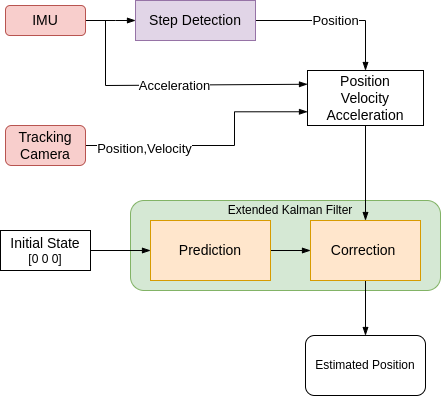
dossmann2/Conf-on-SensorandAppl23 keeps this draw.io diagram as Presentation/schema1.png. Above is the earlier version. Source tidied: cells renumbered, new cells last; positions are measured from the earlier drawing's top-left corner, leaving out a move shared by most shapes. Its diagram source:
```xml
<mxGraphModel>
  <root>
    <mxCell id="0" />
    <mxCell id="1" parent="0" />
    <mxCell id="2" style="rounded=1;whiteSpace=wrap;html=1;fillColor=#d5e8d4;strokeColor=#82b366;" parent="1" vertex="1">
      <mxGeometry x="130" y="200" width="310" height="90" as="geometry" />
    </mxCell>
    <mxCell id="3" style="edgeStyle=orthogonalEdgeStyle;rounded=0;jettySize=auto;html=1;entryX=0;entryY=0.5;entryDx=0;entryDy=0;endArrow=blockThin;endFill=1;" parent="1" edge="1" source="4" target="13">
      <mxGeometry relative="1" as="geometry">
        <Array as="points">
          <mxPoint x="115" y="20" />
          <mxPoint x="115" y="20" />
        </Array>
      </mxGeometry>
    </mxCell>
    <mxCell id="4" value="&lt;font style=&quot;font-size: 14px;&quot;&gt;IMU&lt;/font&gt;" style="rounded=1;whiteSpace=wrap;html=1;fillColor=#f8cecc;strokeColor=#b85450;" parent="1" vertex="1">
      <mxGeometry x="5" y="5" width="80" height="30" as="geometry" />
    </mxCell>
    <mxCell id="5" style="edgeStyle=orthogonalEdgeStyle;rounded=0;jettySize=auto;html=1;endArrow=blockThin;endFill=1;" parent="1" edge="1" source="6" target="11">
      <mxGeometry relative="1" as="geometry" />
    </mxCell>
    <mxCell id="6" value="&lt;font style=&quot;font-size: 14px;&quot;&gt;Prediction&lt;/font&gt;" style="rounded=0;whiteSpace=wrap;html=1;fillColor=#ffe6cc;strokeColor=#d79b00;" parent="1" vertex="1">
      <mxGeometry x="150" y="220" width="120" height="60" as="geometry" />
    </mxCell>
    <mxCell id="7" style="edgeStyle=orthogonalEdgeStyle;rounded=0;jettySize=auto;html=1;entryX=0;entryY=0.75;entryDx=0;entryDy=0;endArrow=blockThin;endFill=1;" parent="1" edge="1" source="9" target="15">
      <mxGeometry relative="1" as="geometry">
        <Array as="points">
          <mxPoint x="234" y="145" />
          <mxPoint x="234" y="111" />
        </Array>
      </mxGeometry>
    </mxCell>
    <mxCell id="8" value="&lt;font style=&quot;font-size: 13px;&quot;&gt;Position,Velocity&lt;/font&gt;" style="edgeLabel;html=1;align=center;verticalAlign=middle;" parent="7" vertex="1">
      <mxGeometry x="-0.55" y="-2" relative="1" as="geometry" />
    </mxCell>
    <mxCell id="9" value="&lt;font style=&quot;font-size: 14px;&quot;&gt;Tracking Camera&lt;/font&gt;" style="rounded=1;whiteSpace=wrap;html=1;fillColor=#f8cecc;strokeColor=#b85450;" parent="1" vertex="1">
      <mxGeometry x="5" y="125" width="80" height="40" as="geometry" />
    </mxCell>
    <mxCell id="10" style="edgeStyle=orthogonalEdgeStyle;rounded=0;jettySize=auto;html=1;endArrow=blockThin;endFill=1;" parent="1" edge="1" source="11" target="20">
      <mxGeometry relative="1" as="geometry" />
    </mxCell>
    <mxCell id="11" value="&lt;font style=&quot;font-size: 14px;&quot;&gt;Correction&amp;nbsp;&lt;/font&gt;" style="rounded=0;whiteSpace=wrap;html=1;fillColor=#ffe6cc;strokeColor=#d79b00;" parent="1" vertex="1">
      <mxGeometry x="310" y="220" width="110" height="60" as="geometry" />
    </mxCell>
    <mxCell id="12" value="&lt;font style=&quot;font-size: 13px;&quot;&gt;Position&lt;/font&gt;" style="edgeStyle=orthogonalEdgeStyle;rounded=0;jettySize=auto;html=1;entryX=0.5;entryY=0;entryDx=0;entryDy=0;endArrow=blockThin;endFill=1;" parent="1" edge="1" source="13" target="15">
      <mxGeometry relative="1" as="geometry" />
    </mxCell>
    <mxCell id="13" value="&lt;font style=&quot;font-size: 14px;&quot;&gt;Step Detection&lt;/font&gt;" style="rounded=0;whiteSpace=wrap;html=1;fillColor=#e1d5e7;strokeColor=#9673a6;" parent="1" vertex="1">
      <mxGeometry x="135" width="120" height="40" as="geometry" />
    </mxCell>
    <mxCell id="14" style="edgeStyle=orthogonalEdgeStyle;rounded=0;jettySize=auto;html=1;endArrow=blockThin;endFill=1;" parent="1" edge="1" source="15" target="11">
      <mxGeometry relative="1" as="geometry" />
    </mxCell>
    <mxCell id="15" value="&lt;font style=&quot;font-size: 14px;&quot;&gt;Position&lt;br&gt;Velocity&lt;br&gt;Acceleration&lt;/font&gt;" style="rounded=0;whiteSpace=wrap;html=1;" parent="1" vertex="1">
      <mxGeometry x="307" y="70" width="116" height="55" as="geometry" />
    </mxCell>
    <mxCell id="16" style="edgeStyle=orthogonalEdgeStyle;rounded=0;jettySize=auto;html=1;entryX=0;entryY=0.5;entryDx=0;entryDy=0;endArrow=blockThin;endFill=1;" parent="1" edge="1" source="17" target="6">
      <mxGeometry relative="1" as="geometry" />
    </mxCell>
    <mxCell id="17" value="&lt;font style=&quot;font-size: 14px;&quot;&gt;Initial State&lt;br&gt;&lt;/font&gt;[0 0 0]" style="rounded=0;whiteSpace=wrap;html=1;" parent="1" vertex="1">
      <mxGeometry y="230" width="90" height="40" as="geometry" />
    </mxCell>
    <mxCell id="18" value="Extended Kalman Filter" style="text;html=1;strokeColor=none;fillColor=none;align=center;verticalAlign=middle;whiteSpace=wrap;rounded=0;" parent="1" vertex="1">
      <mxGeometry x="220" y="195" width="140" height="30" as="geometry" />
    </mxCell>
    <mxCell id="19" value="&lt;font style=&quot;font-size: 13px;&quot;&gt;Acceleration&lt;/font&gt;" style="endArrow=blockThin;html=1;rounded=0;entryX=0;entryY=0.25;entryDx=0;entryDy=0;endFill=1;" parent="1" edge="1" target="15">
      <mxGeometry relative="1" as="geometry">
        <mxPoint x="105" y="20" as="sourcePoint" />
        <Array as="points">
          <mxPoint x="105" y="85" />
        </Array>
      </mxGeometry>
    </mxCell>
    <mxCell id="20" value="Estimated Position" style="rounded=1;whiteSpace=wrap;html=1;" parent="1" vertex="1">
      <mxGeometry x="305" y="335" width="120" height="60" as="geometry" />
    </mxCell>
  </root>
</mxGraphModel>
```
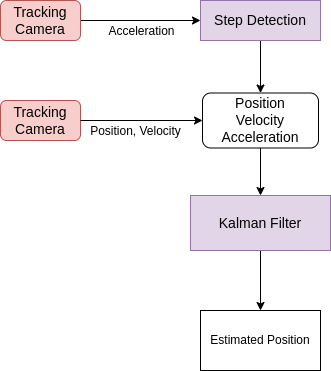
Above is the later version.

Commit message:
Changed Flow Diagram for Sensor-data fusion

Change to the diagram source:
```diff
@@ -2,77 +2,50 @@
   <root>
     <mxCell id="0" />
     <mxCell id="1" parent="0" />
-    <mxCell id="2" style="rounded=1;whiteSpace=wrap;html=1;fillColor=#d5e8d4;strokeColor=#82b366;" parent="1" vertex="1">
-      <mxGeometry x="130" y="200" width="310" height="90" as="geometry" />
-    </mxCell>
-    <mxCell id="3" style="edgeStyle=orthogonalEdgeStyle;rounded=0;jettySize=auto;html=1;entryX=0;entryY=0.5;entryDx=0;entryDy=0;endArrow=blockThin;endFill=1;" parent="1" edge="1" source="4" target="13">
-      <mxGeometry relative="1" as="geometry">
-        <Array as="points">
-          <mxPoint x="115" y="20" />
-          <mxPoint x="115" y="20" />
-        </Array>
-      </mxGeometry>
-    </mxCell>
-    <mxCell id="4" value="&lt;font style=&quot;font-size: 14px;&quot;&gt;IMU&lt;/font&gt;" style="rounded=1;whiteSpace=wrap;html=1;fillColor=#f8cecc;strokeColor=#b85450;" parent="1" vertex="1">
-      <mxGeometry x="5" y="5" width="80" height="30" as="geometry" />
-    </mxCell>
-    <mxCell id="5" style="edgeStyle=orthogonalEdgeStyle;rounded=0;jettySize=auto;html=1;endArrow=blockThin;endFill=1;" parent="1" edge="1" source="6" target="11">
-      <mxGeometry relative="1" as="geometry" />
-    </mxCell>
-    <mxCell id="6" value="&lt;font style=&quot;font-size: 14px;&quot;&gt;Prediction&lt;/font&gt;" style="rounded=0;whiteSpace=wrap;html=1;fillColor=#ffe6cc;strokeColor=#d79b00;" parent="1" vertex="1">
-      <mxGeometry x="150" y="220" width="120" height="60" as="geometry" />
-    </mxCell>
-    <mxCell id="7" style="edgeStyle=orthogonalEdgeStyle;rounded=0;jettySize=auto;html=1;entryX=0;entryY=0.75;entryDx=0;entryDy=0;endArrow=blockThin;endFill=1;" parent="1" edge="1" source="9" target="15">
-      <mxGeometry relative="1" as="geometry">
-        <Array as="points">
-          <mxPoint x="234" y="145" />
-          <mxPoint x="234" y="111" />
-        </Array>
-      </mxGeometry>
-    </mxCell>
-    <mxCell id="8" value="&lt;font style=&quot;font-size: 13px;&quot;&gt;Position,Velocity&lt;/font&gt;" style="edgeLabel;html=1;align=center;verticalAlign=middle;" parent="7" vertex="1">
-      <mxGeometry x="-0.55" y="-2" relative="1" as="geometry" />
-    </mxCell>
     <mxCell id="9" value="&lt;font style=&quot;font-size: 14px;&quot;&gt;Tracking Camera&lt;/font&gt;" style="rounded=1;whiteSpace=wrap;html=1;fillColor=#f8cecc;strokeColor=#b85450;" parent="1" vertex="1">
-      <mxGeometry x="5" y="125" width="80" height="40" as="geometry" />
+      <mxGeometry x="85" y="125" width="80" height="40" as="geometry" />
     </mxCell>
-    <mxCell id="10" style="edgeStyle=orthogonalEdgeStyle;rounded=0;jettySize=auto;html=1;endArrow=blockThin;endFill=1;" parent="1" edge="1" source="11" target="20">
-      <mxGeometry relative="1" as="geometry" />
-    </mxCell>
-    <mxCell id="11" value="&lt;font style=&quot;font-size: 14px;&quot;&gt;Correction&amp;nbsp;&lt;/font&gt;" style="rounded=0;whiteSpace=wrap;html=1;fillColor=#ffe6cc;strokeColor=#d79b00;" parent="1" vertex="1">
-      <mxGeometry x="310" y="220" width="110" height="60" as="geometry" />
-    </mxCell>
-    <mxCell id="12" value="&lt;font style=&quot;font-size: 13px;&quot;&gt;Position&lt;/font&gt;" style="edgeStyle=orthogonalEdgeStyle;rounded=0;jettySize=auto;html=1;entryX=0.5;entryY=0;entryDx=0;entryDy=0;endArrow=blockThin;endFill=1;" parent="1" edge="1" source="13" target="15">
+    <mxCell id="12" style="edgeStyle=orthogonalEdgeStyle;rounded=0;jettySize=auto;html=1;" parent="1" edge="1" source="13" target="15">
       <mxGeometry relative="1" as="geometry" />
     </mxCell>
     <mxCell id="13" value="&lt;font style=&quot;font-size: 14px;&quot;&gt;Step Detection&lt;/font&gt;" style="rounded=0;whiteSpace=wrap;html=1;fillColor=#e1d5e7;strokeColor=#9673a6;" parent="1" vertex="1">
-      <mxGeometry x="135" width="120" height="40" as="geometry" />
+      <mxGeometry x="285" y="25" width="120" height="40" as="geometry" />
     </mxCell>
-    <mxCell id="14" style="edgeStyle=orthogonalEdgeStyle;rounded=0;jettySize=auto;html=1;endArrow=blockThin;endFill=1;" parent="1" edge="1" source="15" target="11">
-      <mxGeometry relative="1" as="geometry" />
-    </mxCell>
+    <mxCell id="21" style="edgeStyle=orthogonalEdgeStyle;rounded=0;jettySize=auto;html=1;" parent="1" edge="1" source="15" target="23">
+      <mxGeometry relative="1" as="geometry" />
+    </mxCell>
-    <mxCell id="15" value="&lt;font style=&quot;font-size: 14px;&quot;&gt;Position&lt;br&gt;Velocity&lt;br&gt;Acceleration&lt;/font&gt;" style="rounded=0;whiteSpace=wrap;html=1;" parent="1" vertex="1">
-      <mxGeometry x="307" y="70" width="116" height="55" as="geometry" />
+    <mxCell id="15" value="&lt;font style=&quot;font-size: 14px;&quot;&gt;Position&lt;br&gt;Velocity&lt;br&gt;Acceleration&lt;/font&gt;" style="rounded=1;whiteSpace=wrap;html=1;" parent="1" vertex="1">
+      <mxGeometry x="287" y="117.5" width="116" height="55" as="geometry" />
     </mxCell>
-    <mxCell id="16" style="edgeStyle=orthogonalEdgeStyle;rounded=0;jettySize=auto;html=1;entryX=0;entryY=0.5;entryDx=0;entryDy=0;endArrow=blockThin;endFill=1;" parent="1" edge="1" source="17" target="6">
-      <mxGeometry relative="1" as="geometry" />
-    </mxCell>
-    <mxCell id="17" value="&lt;font style=&quot;font-size: 14px;&quot;&gt;Initial State&lt;br&gt;&lt;/font&gt;[0 0 0]" style="rounded=0;whiteSpace=wrap;html=1;" parent="1" vertex="1">
-      <mxGeometry y="230" width="90" height="40" as="geometry" />
-    </mxCell>
-    <mxCell id="18" value="Extended Kalman Filter" style="text;html=1;strokeColor=none;fillColor=none;align=center;verticalAlign=middle;whiteSpace=wrap;rounded=0;" parent="1" vertex="1">
-      <mxGeometry x="220" y="195" width="140" height="30" as="geometry" />
-    </mxCell>
+    <mxCell id="20" value="Estimated Position" style="rounded=0;whiteSpace=wrap;html=1;" parent="1" vertex="1">
+      <mxGeometry x="285" y="335" width="120" height="60" as="geometry" />
+    </mxCell>
+    <mxCell id="22" style="edgeStyle=orthogonalEdgeStyle;rounded=0;jettySize=auto;html=1;" parent="1" edge="1" source="23" target="20">
+      <mxGeometry relative="1" as="geometry" />
+    </mxCell>
+    <mxCell id="23" value="&lt;font style=&quot;font-size: 14px;&quot;&gt;Kalman Filter&lt;/font&gt;" style="rounded=0;whiteSpace=wrap;html=1;fillColor=#e1d5e7;strokeColor=#9673a6;" parent="1" vertex="1">
+      <mxGeometry x="275" y="220" width="140" height="55" as="geometry" />
+    </mxCell>
+    <mxCell id="7" style="endArrow=classic;html=1;rounded=0;exitX=1;exitY=0.5;exitDx=0;exitDy=0;entryX=0;entryY=0.5;entryDx=0;entryDy=0;" parent="1" edge="1" source="9" target="15">
+      <mxGeometry relative="1" as="geometry" />
+    </mxCell>
+    <mxCell id="24" value="&lt;font style=&quot;font-size: 12px;&quot;&gt;Position, Velocity&lt;/font&gt;" style="edgeLabel;html=1;align=center;verticalAlign=middle;" parent="7" vertex="1">
+      <mxGeometry x="-0.11" relative="1" as="geometry">
+        <mxPoint y="10" as="offset" />
+      </mxGeometry>
+    </mxCell>
+    <mxCell id="25" style="endArrow=classic;html=1;rounded=0;exitX=1;exitY=0.5;exitDx=0;exitDy=0;entryX=0;entryY=0.5;entryDx=0;entryDy=0;" parent="1" edge="1" target="13">
+      <mxGeometry relative="1" as="geometry">
+        <mxPoint x="165" y="45" as="sourcePoint" />
+      </mxGeometry>
+    </mxCell>
-    <mxCell id="19" value="&lt;font style=&quot;font-size: 13px;&quot;&gt;Acceleration&lt;/font&gt;" style="endArrow=blockThin;html=1;rounded=0;entryX=0;entryY=0.25;entryDx=0;entryDy=0;endFill=1;" parent="1" edge="1" target="15">
-      <mxGeometry relative="1" as="geometry">
-        <mxPoint x="105" y="20" as="sourcePoint" />
-        <Array as="points">
-          <mxPoint x="105" y="85" />
-        </Array>
+    <mxCell id="19" value="&lt;font style=&quot;font-size: 12px;&quot;&gt;Acceleration&lt;/font&gt;" style="edgeLabel;html=1;align=center;verticalAlign=middle;" parent="25" vertex="1">
+      <mxGeometry x="-0.45" y="-5" relative="1" as="geometry">
+        <mxPoint x="27" y="5" as="offset" />
       </mxGeometry>
     </mxCell>
-    <mxCell id="20" value="Estimated Position" style="rounded=1;whiteSpace=wrap;html=1;" parent="1" vertex="1">
-      <mxGeometry x="305" y="335" width="120" height="60" as="geometry" />
-    </mxCell>
+    <mxCell id="26" value="&lt;font style=&quot;font-size: 14px;&quot;&gt;Tracking Camera&lt;/font&gt;" style="rounded=1;whiteSpace=wrap;html=1;fillColor=#f8cecc;strokeColor=#b85450;" parent="1" vertex="1">
+      <mxGeometry x="85" y="25" width="80" height="40" as="geometry" />
+    </mxCell>
   </root>
 </mxGraphModel>
```
